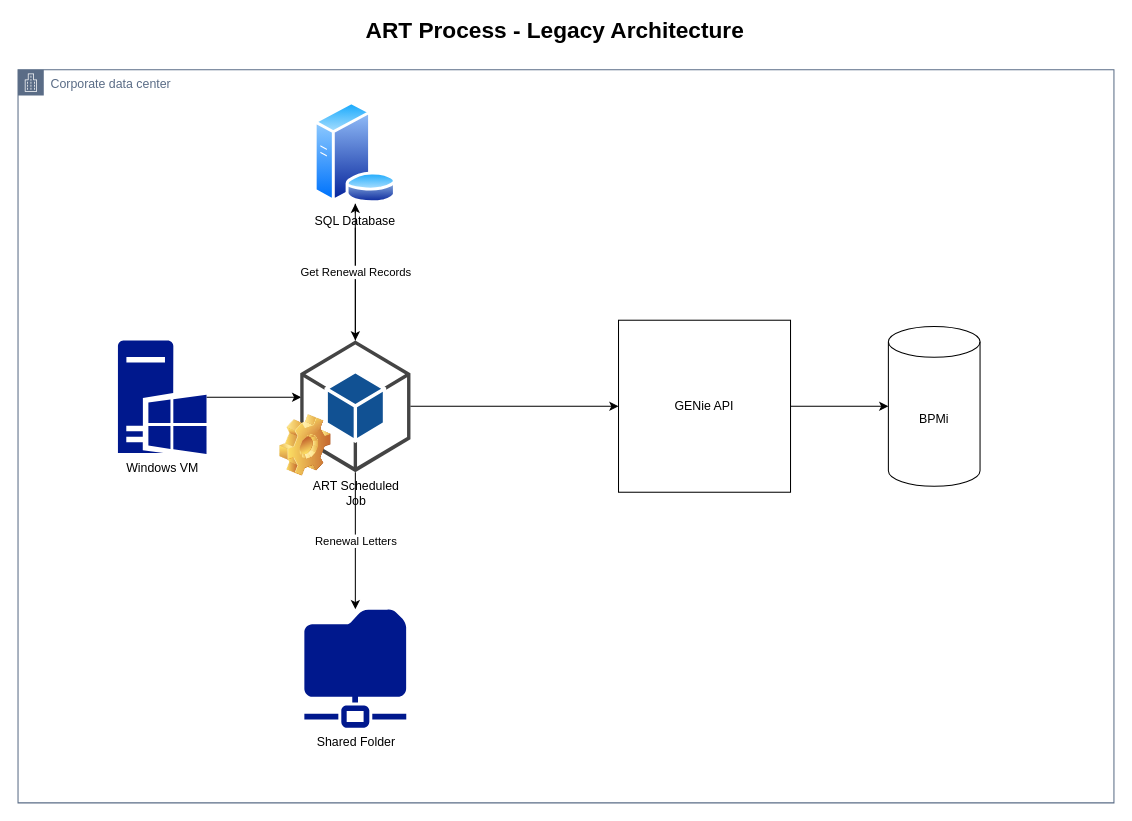
The draw.io diagram art-monolith.drawio in ekhanna26/architecture-diagrams, before the edit. Source tidied: cells renumbered, new cells numbered last; positions are measured from the earlier drawing's top-left corner, leaving out a move shared by most shapes. Both pictures are drawn from the tidied source at 103%, with x=0, y=0 at pixel (18, 20).
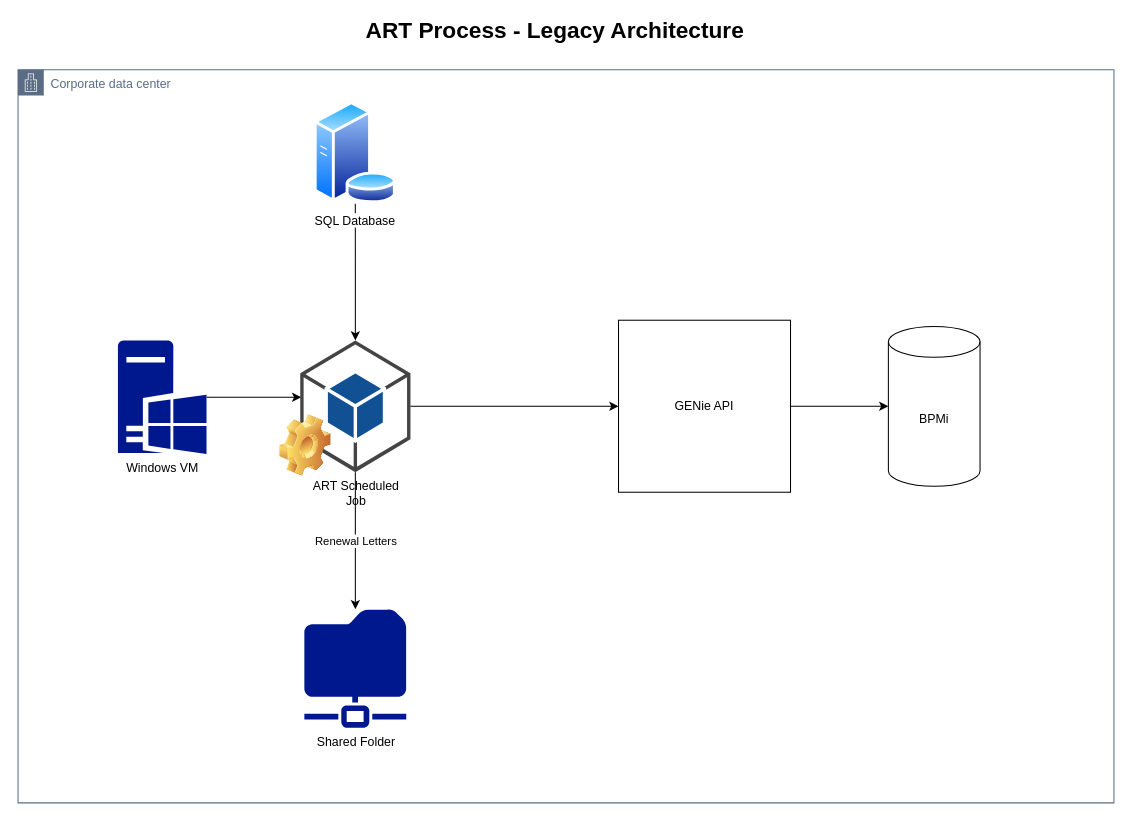
Above is the later version.

Commit message:
change data flow direction

Diff of the diagram source:
```diff
@@
 <mxGraphModel>
   <root>
     <mxCell id="0" />
     <mxCell id="1" parent="0" />
     <mxCell id="2" style="group;" parent="1" vertex="1">
       <mxGeometry width="1064" height="760" as="geometry" />
     </mxCell>
     <mxCell id="3" style="edgeStyle=orthogonalEdgeStyle;rounded=0;jettySize=auto;html=1;" parent="2" edge="1" source="4">
       <mxGeometry relative="1" as="geometry">
         <mxPoint x="275" y="366.1" as="targetPoint" />
       </mxGeometry>
     </mxCell>
     <mxCell id="4" value="Windows VM" style="sketch=0;shadow=0;dashed=0;html=1;strokeColor=none;labelPosition=center;verticalLabelPosition=bottom;verticalAlign=top;align=center;fillColor=#00188D;shape=mxgraph.mscae.enterprise.windows_server;" parent="2" vertex="1">
       <mxGeometry x="97" y="311" width="86" height="110.3" as="geometry" />
     </mxCell>
     <mxCell id="5" style="edgeStyle=orthogonalEdgeStyle;rounded=0;jettySize=auto;html=1;" parent="2" edge="1" source="6" target="8">
       <mxGeometry relative="1" as="geometry" />
     </mxCell>
     <mxCell id="6" value="SQL Database" style="perimeter=ellipsePerimeter;html=1;align=center;shadow=0;dashed=0;spacingTop=3;image;image=img/lib/active_directory/database_server.svg;" parent="2" vertex="1">
       <mxGeometry x="286.8" y="79" width="81.3" height="99.2" as="geometry" />
     </mxCell>
-    <mxCell id="7" value="Get Renewal Records" style="edgeStyle=orthogonalEdgeStyle;rounded=0;jettySize=auto;html=1;" parent="2" edge="1" source="8" target="6">
-      <mxGeometry relative="1" as="geometry" />
-    </mxCell>
     <mxCell id="8" value="ART Scheduled &lt;br&gt;Job" style="outlineConnect=0;dashed=0;verticalLabelPosition=bottom;verticalAlign=top;align=center;html=1;shape=mxgraph.aws3.android;fillColor=#115193;gradientColor=none;" parent="2" vertex="1">
       <mxGeometry x="274" y="311" width="107" height="127.9" as="geometry" />
     </mxCell>
     <mxCell id="9" value="Shared Folder" style="sketch=0;shadow=0;dashed=0;html=1;strokeColor=none;labelPosition=center;verticalLabelPosition=bottom;verticalAlign=top;align=center;fillColor=#00188D;shape=mxgraph.mscae.enterprise.shared_folder;" parent="2" vertex="1">
       <mxGeometry x="278" y="572" width="99" height="115.1" as="geometry" />
     </mxCell>
     <mxCell id="10" value="Renewal Letters" style="edgeStyle=orthogonalEdgeStyle;rounded=0;jettySize=auto;html=1;" parent="2" edge="1" source="8" target="9">
       <mxGeometry relative="1" as="geometry" />
     </mxCell>
     <mxCell id="11" style="shape=image;html=1;verticalLabelPosition=bottom;verticalAlign=top;imageAspect=0;image=img/clipart/Gear_128x128.png;" parent="2" vertex="1">
       <mxGeometry x="254" y="383" width="50" height="60" as="geometry" />
     </mxCell>
     <mxCell id="12" style="edgeStyle=orthogonalEdgeStyle;rounded=0;jettySize=auto;html=1;" parent="2" edge="1" source="13" target="17">
       <mxGeometry relative="1" as="geometry" />
     </mxCell>
     <mxCell id="13" value="GENie API" style="whiteSpace=wrap;html=1;" parent="2" vertex="1">
       <mxGeometry x="583" y="291.4" width="167" height="167" as="geometry" />
     </mxCell>
     <mxCell id="14" style="edgeStyle=orthogonalEdgeStyle;rounded=0;jettySize=auto;html=1;" parent="2" edge="1" source="8" target="13">
       <mxGeometry relative="1" as="geometry" />
     </mxCell>
     <mxCell id="15" value="&lt;font size=&quot;1&quot; style=&quot;&quot;&gt;&lt;b style=&quot;font-size: 22px;&quot;&gt;ART Process - Legacy Architecture&lt;/b&gt;&lt;/font&gt;" style="text;html=1;align=center;verticalAlign=middle;strokeColor=none;fillColor=none;" parent="2" vertex="1">
       <mxGeometry x="332" width="377" height="22" as="geometry" />
     </mxCell>
     <mxCell id="16" value="Corporate data center" style="gradientColor=none;html=1;whiteSpace=wrap;fontSize=12;fontStyle=0;shape=mxgraph.aws4.group;grIcon=mxgraph.aws4.group_corporate_data_center;strokeColor=#5A6C86;fillColor=none;verticalAlign=top;align=left;spacingLeft=30;fontColor=#5A6C86;dashed=0;" parent="2" vertex="1">
       <mxGeometry y="48.2" width="1064" height="711.8" as="geometry" />
     </mxCell>
     <mxCell id="17" value="BPMi" style="shape=cylinder3;whiteSpace=wrap;html=1;boundedLbl=1;backgroundOutline=1;size=15;" parent="2" vertex="1">
       <mxGeometry x="845" y="297.4" width="89" height="155.2" as="geometry" />
     </mxCell>
   </root>
 </mxGraphModel>
```
